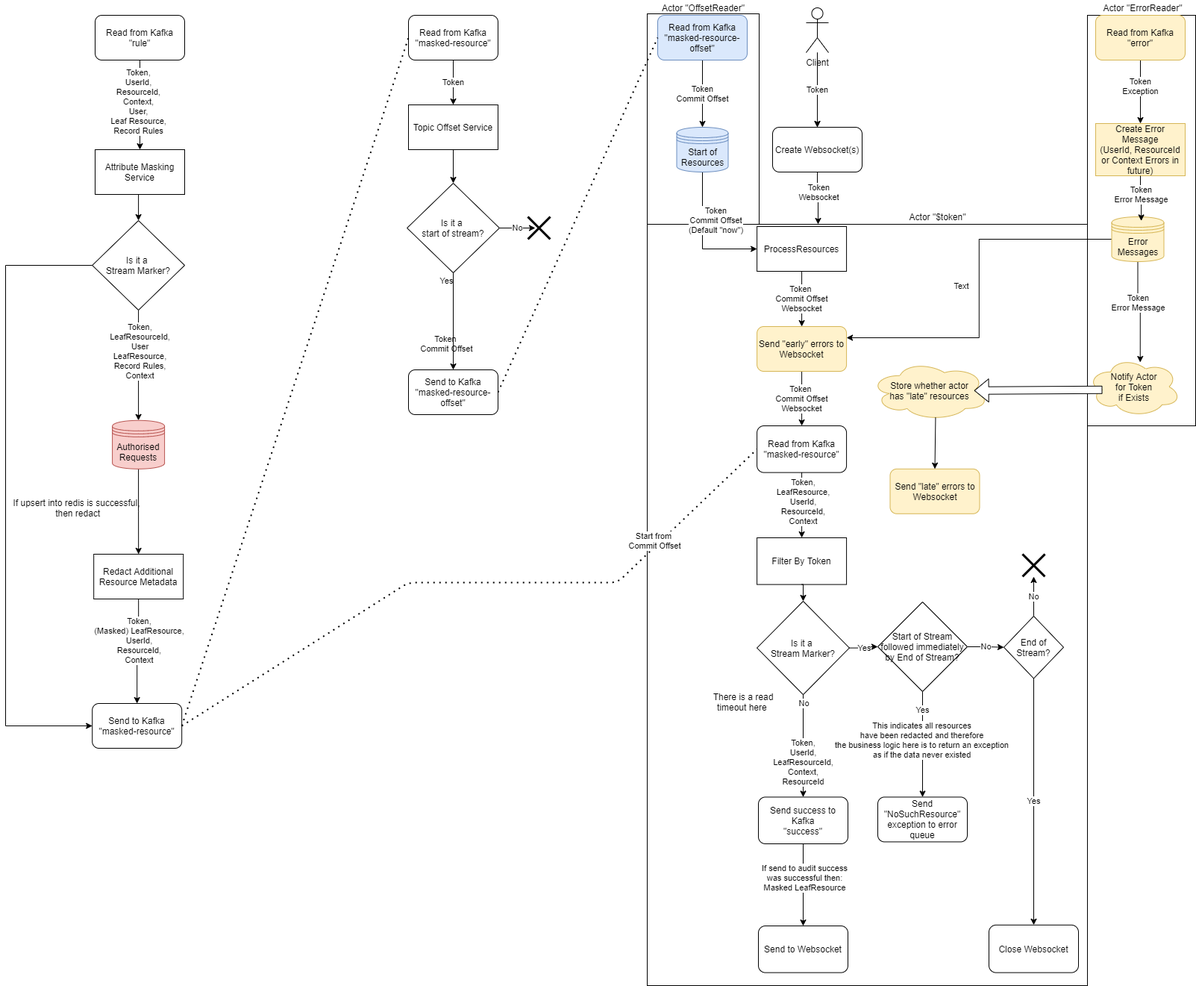
Above: filtered-resource-service/doc/Filtered-Resource-Service-ML.png in gchq/Palisade-services (draw.io), before the change. Source tidied: cells renumbered, new cells last; positions are measured from the earlier drawing's top-left corner, leaving out a move shared by most shapes.
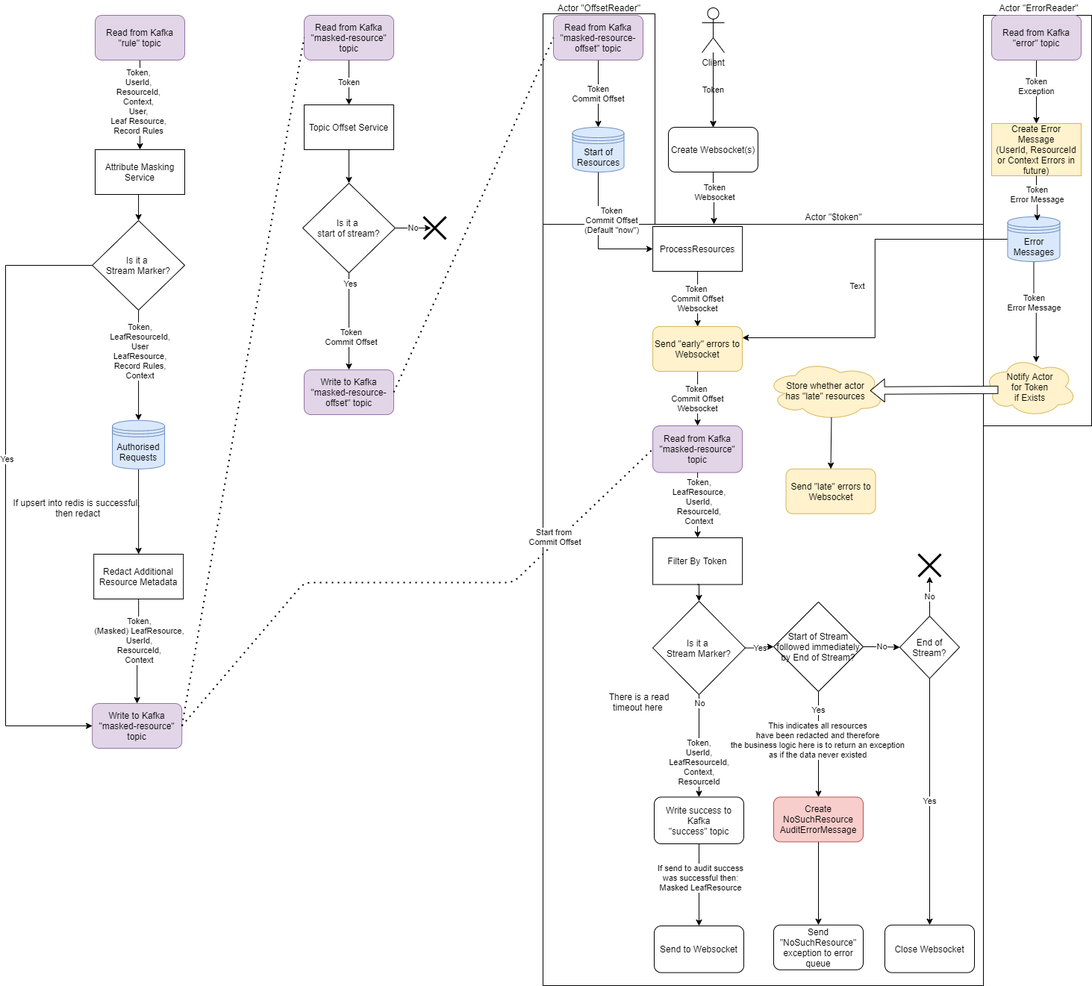
After the commit.

The edit, as a diff of the source:
```diff
@@ -2,6 +2,9 @@
   <root>
     <mxCell id="0" />
     <mxCell id="1" parent="0" />
+    <mxCell id="66" value="&lt;div&gt;Token&lt;br&gt;&lt;/div&gt;" style="edgeStyle=orthogonalEdgeStyle;rounded=0;jettySize=auto;html=1;entryX=0.5;entryY=0;entryDx=0;entryDy=0;" parent="1" edge="1" source="62" target="54">
+      <mxGeometry relative="1" as="geometry" />
+    </mxCell>
     <mxCell id="2" style="rounded=0;whiteSpace=wrap;html=1;fillColor=none;" parent="1" vertex="1">
       <mxGeometry x="860" y="18" width="150" height="282" as="geometry" />
     </mxCell>
@@ -15,7 +18,7 @@
       <mxGeometry relative="1" as="geometry" />
     </mxCell>
     <mxCell id="6" value="Attribute Masking Service" style="rounded=0;whiteSpace=wrap;html=1;" parent="1" vertex="1">
-      <mxGeometry x="120" y="200" width="120" height="60" as="geometry" />
+      <mxGeometry x="260" y="200" width="120" height="60" as="geometry" />
     </mxCell>
     <mxCell id="7" style="edgeStyle=orthogonalEdgeStyle;rounded=0;jettySize=auto;html=1;exitX=0.5;exitY=1;exitDx=0;exitDy=0;entryX=0.5;entryY=0;entryDx=0;entryDy=0;" parent="1" edge="1" source="9" target="6">
       <mxGeometry relative="1" as="geometry" />
@@ -25,17 +28,20 @@
         <mxPoint y="9" as="offset" />
       </mxGeometry>
     </mxCell>
-    <mxCell id="9" value="&lt;div&gt;Read from Kafka&lt;/div&gt;&lt;div&gt;&quot;rule&quot;&lt;br&gt;&lt;/div&gt;" style="rounded=1;whiteSpace=wrap;html=1;" parent="1" vertex="1">
-      <mxGeometry x="120" y="20" width="120" height="60" as="geometry" />
+    <mxCell id="9" value="&lt;div&gt;Read from Kafka&lt;/div&gt;&lt;div&gt;&quot;rule&quot; topic&lt;br&gt;&lt;/div&gt;" style="rounded=1;whiteSpace=wrap;html=1;fillColor=#e1d5e7;strokeColor=#9673a6;" parent="1" vertex="1">
+      <mxGeometry x="260" y="20" width="120" height="60" as="geometry" />
     </mxCell>
     <mxCell id="10" style="edgeStyle=orthogonalEdgeStyle;rounded=0;jettySize=auto;html=1;exitX=0;exitY=0.5;exitDx=0;exitDy=0;entryX=0;entryY=0.5;entryDx=0;entryDy=0;" parent="1" edge="1" source="13" target="14">
       <mxGeometry relative="1" as="geometry">
         <Array as="points">
-          <mxPoint y="355" />
-          <mxPoint y="972" />
+          <mxPoint x="140" y="355" />
+          <mxPoint x="140" y="972" />
         </Array>
       </mxGeometry>
     </mxCell>
+    <mxCell id="94" value="Yes" style="edgeLabel;html=1;align=center;verticalAlign=middle;" parent="10" vertex="1">
+      <mxGeometry x="-0.11" y="1" relative="1" as="geometry" />
+    </mxCell>
     <mxCell id="11" style="edgeStyle=orthogonalEdgeStyle;rounded=0;jettySize=auto;html=1;exitX=0.5;exitY=1;exitDx=0;exitDy=0;entryX=0.5;entryY=0;entryDx=0;entryDy=0;" parent="1" edge="1" source="13" target="34">
       <mxGeometry relative="1" as="geometry" />
     </mxCell>
@@ -43,10 +49,10 @@
       <mxGeometry x="-0.26" y="1" relative="1" as="geometry" />
     </mxCell>
     <mxCell id="13" value="Is it a &lt;br&gt;Stream Marker?" style="rhombus;whiteSpace=wrap;html=1;" parent="1" vertex="1">
-      <mxGeometry x="116.2" y="295" width="123.8" height="120" as="geometry" />
+      <mxGeometry x="256.2" y="295" width="123.8" height="120" as="geometry" />
     </mxCell>
-    <mxCell id="14" value="&lt;div&gt;Send to Kafka&lt;/div&gt;&lt;div&gt;&quot;masked-resource&quot;&lt;br&gt;&lt;/div&gt;" style="rounded=1;whiteSpace=wrap;html=1;" parent="1" vertex="1">
-      <mxGeometry x="116.2" y="942" width="120" height="60" as="geometry" />
+    <mxCell id="14" value="&lt;div&gt;Write to Kafka&lt;/div&gt;&lt;div&gt;&quot;masked-resource&quot; topic&lt;br&gt;&lt;/div&gt;" style="rounded=1;whiteSpace=wrap;html=1;fillColor=#e1d5e7;strokeColor=#9673a6;" parent="1" vertex="1">
+      <mxGeometry x="256.2" y="942" width="120" height="60" as="geometry" />
     </mxCell>
     <mxCell id="15" style="edgeStyle=orthogonalEdgeStyle;rounded=0;jettySize=auto;html=1;exitX=0.5;exitY=1;exitDx=0;exitDy=0;entryX=0.5;entryY=0;entryDx=0;entryDy=0;" parent="1" edge="1" source="17" target="14">
       <mxGeometry relative="1" as="geometry" />
@@ -55,12 +61,12 @@
       <mxGeometry x="-0.21" relative="1" as="geometry" />
     </mxCell>
     <mxCell id="17" value="Redact Additional Resource Metadata" style="rounded=0;whiteSpace=wrap;html=1;" parent="1" vertex="1">
-      <mxGeometry x="118.2" y="742" width="120" height="60" as="geometry" />
+      <mxGeometry x="258.2" y="742" width="120" height="60" as="geometry" />
     </mxCell>
     <mxCell id="18" value="Token" style="edgeStyle=orthogonalEdgeStyle;rounded=0;jettySize=auto;html=1;exitX=0.5;exitY=1;exitDx=0;exitDy=0;" parent="1" edge="1" source="19" target="22">
       <mxGeometry relative="1" as="geometry" />
     </mxCell>
-    <mxCell id="19" value="&lt;div&gt;Read from Kafka&lt;/div&gt;&lt;div&gt;&quot;masked-resource&quot;&lt;br&gt;&lt;/div&gt;" style="rounded=1;whiteSpace=wrap;html=1;" parent="1" vertex="1">
+    <mxCell id="19" value="&lt;div&gt;Read from Kafka&lt;/div&gt;&lt;div&gt;&quot;masked-resource&quot; topic&lt;br&gt;&lt;/div&gt;" style="rounded=1;whiteSpace=wrap;html=1;fillColor=#e1d5e7;strokeColor=#9673a6;" parent="1" vertex="1">
       <mxGeometry x="540" y="20" width="120" height="60" as="geometry" />
     </mxCell>
     <mxCell id="20" style="endArrow=none;dashed=1;html=1;dashPattern=1 3;strokeWidth=2;exitX=1;exitY=0.5;exitDx=0;exitDy=0;entryX=0;entryY=0.5;entryDx=0;entryDy=0;" parent="1" edge="1" source="14" target="19">
@@ -80,21 +86,22 @@
     <mxCell id="24" value="Is it a &lt;br&gt;start of stream?" style="rhombus;whiteSpace=wrap;html=1;" parent="1" vertex="1">
       <mxGeometry x="538.1" y="245" width="123.8" height="120" as="geometry" />
     </mxCell>
-    <mxCell id="25" value="&lt;div&gt;Send to Kafka&lt;/div&gt;&lt;div&gt;&quot;masked-resource-offset&quot;&lt;br&gt;&lt;/div&gt;" style="rounded=1;whiteSpace=wrap;html=1;" parent="1" vertex="1">
+    <mxCell id="25" value="&lt;div&gt;Write to Kafka&lt;/div&gt;&lt;div&gt;&quot;masked-resource-offset&quot; topic&lt;br&gt;&lt;/div&gt;" style="rounded=1;whiteSpace=wrap;html=1;fillColor=#e1d5e7;strokeColor=#9673a6;" parent="1" vertex="1">
       <mxGeometry x="540" y="495" width="120" height="60" as="geometry" />
     </mxCell>
     <mxCell id="26" value="&lt;br&gt;&lt;br&gt;" style="edgeStyle=orthogonalEdgeStyle;rounded=0;jettySize=auto;html=1;exitX=0.5;exitY=1;exitDx=0;exitDy=0;" parent="1" edge="1" source="24" target="25">
       <mxGeometry relative="1" as="geometry" />
     </mxCell>
-    <mxCell id="27" value="Yes&lt;br&gt;&lt;br&gt;&lt;br&gt;&lt;br&gt;&lt;br&gt;&lt;br&gt;Token&amp;nbsp;&lt;br&gt;Commit Offset" style="edgeLabel;html=1;align=center;verticalAlign=middle;labelBackgroundColor=none;" parent="26" vertex="1">
-      <mxGeometry x="-0.29" y="1" relative="1" as="geometry">
-        <mxPoint x="-11" y="9" as="offset" />
-      </mxGeometry>
-    </mxCell>
+    <mxCell id="95" value="Yes" style="edgeLabel;html=1;align=center;verticalAlign=middle;" parent="26" vertex="1">
+      <mxGeometry x="-0.78" y="1" relative="1" as="geometry" />
+    </mxCell>
+    <mxCell id="96" value="Token&lt;br&gt;Commit Offset" style="edgeLabel;html=1;align=center;verticalAlign=middle;" parent="26" vertex="1">
+      <mxGeometry x="0.31" y="2" relative="1" as="geometry" />
+    </mxCell>
     <mxCell id="28" value="Token&lt;br&gt;Commit Offset" style="edgeStyle=orthogonalEdgeStyle;rounded=0;jettySize=auto;html=1;exitX=0.5;exitY=1;exitDx=0;exitDy=0;entryX=0.5;entryY=0;entryDx=0;entryDy=0;" parent="1" edge="1" source="29" target="70">
       <mxGeometry relative="1" as="geometry" />
     </mxCell>
-    <mxCell id="29" value="&lt;div&gt;Read from Kafka&lt;/div&gt;&lt;div&gt;&quot;masked-resource-offset&quot;&lt;br&gt;&lt;/div&gt;" style="rounded=1;whiteSpace=wrap;html=1;fillColor=#dae8fc;strokeColor=#6c8ebf;" parent="1" vertex="1">
+    <mxCell id="29" value="&lt;div&gt;Read from Kafka&lt;/div&gt;&lt;div&gt;&quot;masked-resource-offset&quot; topic&lt;br&gt;&lt;/div&gt;" style="rounded=1;whiteSpace=wrap;html=1;fillColor=#e1d5e7;strokeColor=#9673a6;" parent="1" vertex="1">
       <mxGeometry x="874" y="20" width="120" height="60" as="geometry" />
     </mxCell>
     <mxCell id="30" style="endArrow=none;dashed=1;html=1;dashPattern=1 3;strokeWidth=2;exitX=1;exitY=0.5;exitDx=0;exitDy=0;entryX=0;entryY=0.5;entryDx=0;entryDy=0;" parent="1" edge="1" source="25" target="29">
@@ -116,10 +123,10 @@
     <mxCell id="33" style="edgeStyle=orthogonalEdgeStyle;rounded=0;jettySize=auto;html=1;exitX=0.5;exitY=1;exitDx=0;exitDy=0;entryX=0.5;entryY=0;entryDx=0;entryDy=0;" parent="1" edge="1" source="34" target="17">
       <mxGeometry relative="1" as="geometry" />
     </mxCell>
-    <mxCell id="34" value="Authorised Requests" style="shape=datastore;whiteSpace=wrap;html=1;fillColor=#f8cecc;strokeColor=#b85450;" parent="1" vertex="1">
-      <mxGeometry x="143.1" y="562.8" width="70" height="65" as="geometry" />
+    <mxCell id="34" value="Authorised Requests" style="shape=datastore;whiteSpace=wrap;html=1;fillColor=#dae8fc;strokeColor=#6c8ebf;" parent="1" vertex="1">
+      <mxGeometry x="283.1" y="562.8" width="70" height="65" as="geometry" />
     </mxCell>
-    <mxCell id="35" value="&lt;div&gt;Read from Kafka&lt;/div&gt;&lt;div&gt;&quot;masked-resource&quot;&lt;br&gt;&lt;/div&gt;" style="rounded=1;whiteSpace=wrap;html=1;" parent="1" vertex="1">
+    <mxCell id="35" value="&lt;div&gt;Read from Kafka&lt;/div&gt;&lt;div&gt;&quot;masked-resource&quot; topic&lt;br&gt;&lt;/div&gt;" style="rounded=1;whiteSpace=wrap;html=1;fillColor=#e1d5e7;strokeColor=#9673a6;" parent="1" vertex="1">
       <mxGeometry x="1007.1" y="570" width="120" height="62.6" as="geometry" />
     </mxCell>
     <mxCell id="36" value="Send to Websocket" style="rounded=1;whiteSpace=wrap;html=1;" parent="1" vertex="1">
@@ -162,14 +169,14 @@
     <mxCell id="47" value="If send to audit success&lt;br&gt;was successful then:&lt;br&gt;Masked LeafResource" style="edgeLabel;html=1;align=center;verticalAlign=middle;" parent="46" vertex="1">
       <mxGeometry x="-0.19" y="1" relative="1" as="geometry" />
     </mxCell>
-    <mxCell id="48" value="&lt;div&gt;Send success to Kafka&lt;/div&gt;&lt;div&gt;&quot;success&quot;&lt;br&gt;&lt;/div&gt;" style="rounded=1;whiteSpace=wrap;html=1;" parent="1" vertex="1">
+    <mxCell id="48" value="&lt;div&gt;Write success to Kafka&lt;/div&gt;&lt;div&gt;&quot;success&quot; topic&lt;br&gt;&lt;/div&gt;" style="rounded=1;whiteSpace=wrap;html=1;" parent="1" vertex="1">
       <mxGeometry x="1009" y="1067.4" width="120" height="62.6" as="geometry" />
     </mxCell>
     <mxCell id="49" value="There is a read timeout here&amp;nbsp;" style="text;html=1;strokeColor=none;fillColor=none;align=center;verticalAlign=middle;whiteSpace=wrap;rounded=0;" parent="1" vertex="1">
       <mxGeometry x="939" y="929.6" width="100" height="20.9" as="geometry" />
     </mxCell>
     <mxCell id="50" value="If upsert into redis is successful,&lt;br&gt;&amp;nbsp;then redact" style="text;html=1;align=center;verticalAlign=middle;" parent="1" vertex="1">
-      <mxGeometry y="665" width="190" height="30" as="geometry" />
+      <mxGeometry x="140" y="665" width="190" height="30" as="geometry" />
     </mxCell>
     <mxCell id="51" value="Close Websocket" style="rounded=1;whiteSpace=wrap;html=1;" parent="1" vertex="1">
       <mxGeometry x="1318" y="1238.8" width="120" height="63.8" as="geometry" />
@@ -196,7 +203,7 @@
     <mxCell id="57" value="&lt;div&gt;Token&lt;/div&gt;&lt;div&gt;Exception&lt;br&gt;&lt;/div&gt;" style="edgeLabel;html=1;align=center;verticalAlign=middle;" parent="56" vertex="1">
       <mxGeometry x="-0.21" y="-1" relative="1" as="geometry" />
     </mxCell>
-    <mxCell id="58" value="Read from Kafka&lt;br&gt;&quot;error&quot;" style="rounded=1;whiteSpace=wrap;html=1;fillColor=#fff2cc;strokeColor=#d6b656;" parent="1" vertex="1">
+    <mxCell id="58" value="Read from Kafka&lt;br&gt;&quot;error&quot; topic" style="rounded=1;whiteSpace=wrap;html=1;fillColor=#e1d5e7;strokeColor=#9673a6;" parent="1" vertex="1">
       <mxGeometry x="1461" y="20" width="120" height="60" as="geometry" />
     </mxCell>
     <mxCell id="59" style="edgeStyle=orthogonalEdgeStyle;rounded=0;jettySize=auto;html=1;entryX=0.5;entryY=1;entryDx=0;entryDy=0;startArrow=classic;startFill=1;endArrow=none;endFill=0;exitX=0;exitY=0.5;exitDx=0;exitDy=0;" parent="1" edge="1" source="64" target="70">
@@ -210,9 +217,6 @@
     <mxCell id="61" style="edgeStyle=orthogonalEdgeStyle;rounded=0;jettySize=auto;html=1;" parent="1" edge="1" source="62" target="54">
       <mxGeometry relative="1" as="geometry" />
     </mxCell>
-    <mxCell id="62" value="Client" style="shape=umlActor;verticalLabelPosition=bottom;verticalAlign=top;html=1;outlineConnect=0;" parent="1" vertex="1">
-      <mxGeometry x="1073" y="10" width="30" height="60" as="geometry" />
-    </mxCell>
     <mxCell id="63" value="Token&amp;nbsp;&lt;br&gt;&lt;div&gt;Commit Offset&lt;/div&gt;&lt;div&gt;Websocket&lt;br&gt;&lt;/div&gt;" style="edgeStyle=orthogonalEdgeStyle;rounded=0;jettySize=auto;html=1;exitX=0.5;exitY=1;exitDx=0;exitDy=0;" parent="1" edge="1" source="67" target="35">
       <mxGeometry relative="1" as="geometry" />
     </mxCell>
@@ -222,9 +226,6 @@
     <mxCell id="65" value="Create Error Message&lt;br&gt;(UserId, ResourceId or Context Errors in future)" style="rounded=0;whiteSpace=wrap;html=1;fillColor=#fff2cc;strokeColor=#d6b656;" parent="1" vertex="1">
       <mxGeometry x="1461" y="165" width="120" height="70" as="geometry" />
     </mxCell>
-    <mxCell id="66" value="&lt;div&gt;Token&lt;br&gt;&lt;/div&gt;" style="edgeStyle=orthogonalEdgeStyle;rounded=0;jettySize=auto;html=1;entryX=0.5;entryY=0;entryDx=0;entryDy=0;" parent="1" edge="1" source="62" target="54">
-      <mxGeometry relative="1" as="geometry" />
-    </mxCell>
     <mxCell id="67" value="Send &quot;early&quot; errors to Websocket" style="rounded=1;whiteSpace=wrap;html=1;fillColor=#fff2cc;strokeColor=#d6b656;" parent="1" vertex="1">
       <mxGeometry x="1007.1" y="437" width="120" height="60" as="geometry" />
     </mxCell>
@@ -260,7 +261,7 @@
         <mxPoint x="-30" y="31" as="offset" />
       </mxGeometry>
     </mxCell>
-    <mxCell id="78" value="Error Messages" style="shape=datastore;whiteSpace=wrap;html=1;rounded=1;fillColor=#fff2cc;strokeColor=#d6b656;" parent="1" vertex="1">
+    <mxCell id="78" value="Error Messages" style="shape=datastore;whiteSpace=wrap;html=1;rounded=1;fillColor=#dae8fc;strokeColor=#6c8ebf;" parent="1" vertex="1">
       <mxGeometry x="1482.5" y="290" width="70" height="60" as="geometry" />
     </mxCell>
     <mxCell id="79" style="edgeStyle=orthogonalEdgeStyle;rounded=0;jettySize=auto;html=1;exitX=0.5;exitY=1;exitDx=0;exitDy=0;entryX=0.566;entryY=0.09;entryDx=0;entryDy=0;entryPerimeter=0;" parent="1" edge="1" source="65" target="78">
@@ -318,8 +319,17 @@
     <mxCell id="92" value="Yes" style="edgeStyle=orthogonalEdgeStyle;rounded=0;jettySize=auto;html=1;entryX=0;entryY=0.5;entryDx=0;entryDy=0;" parent="1" edge="1" source="41" target="91">
       <mxGeometry relative="1" as="geometry" />
     </mxCell>
+    <mxCell id="97" style="edgeStyle=orthogonalEdgeStyle;rounded=0;jettySize=auto;html=1;exitX=0.5;exitY=1;exitDx=0;exitDy=0;entryX=0.5;entryY=0;entryDx=0;entryDy=0;" parent="1" edge="1" source="93" target="98">
+      <mxGeometry relative="1" as="geometry" />
+    </mxCell>
-    <mxCell id="93" value="Send &quot;NoSuchResource&quot; exception to error queue" style="rounded=1;whiteSpace=wrap;html=1;" parent="1" vertex="1">
+    <mxCell id="93" value="Create NoSuchResource AuditErrorMessage" style="rounded=1;whiteSpace=wrap;html=1;fillColor=#f8cecc;strokeColor=#b85450;" parent="1" vertex="1">
       <mxGeometry x="1169" y="1067.4" width="120" height="60" as="geometry" />
     </mxCell>
+    <mxCell id="98" value="Send &quot;NoSuchResource&quot; exception to error queue" style="rounded=1;whiteSpace=wrap;html=1;" parent="1" vertex="1">
+      <mxGeometry x="1169" y="1238.8" width="120" height="60" as="geometry" />
+    </mxCell>
+    <mxCell id="62" value="Client" style="shape=umlActor;verticalLabelPosition=bottom;verticalAlign=top;html=1;outlineConnect=0;" parent="1" vertex="1">
+      <mxGeometry x="1073" y="10" width="30" height="60" as="geometry" />
+    </mxCell>
   </root>
 </mxGraphModel>
```
